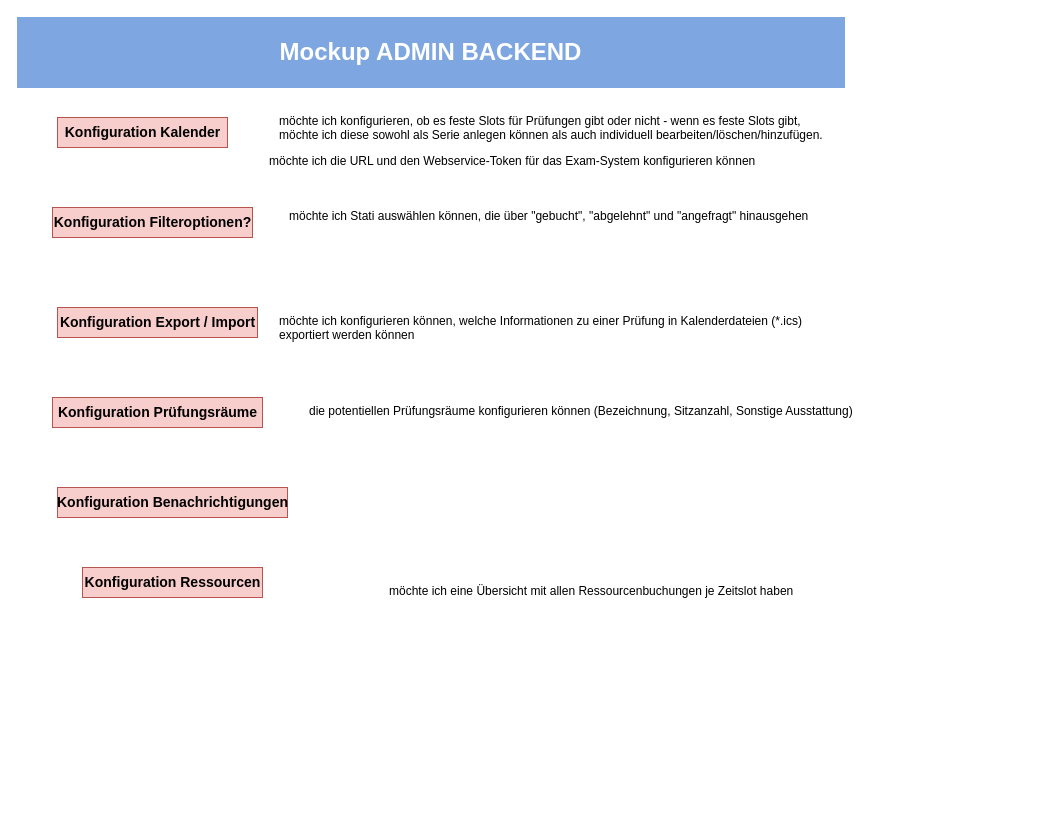
melanietreitinger/buchungstool keeps this draw.io diagram as page "Adminoberfläche" (2 of 2) of Administrator.drawio. Above is the earlier version. Source tidied: cells renumbered, new cells numbered last; positions are measured from the earlier drawing's top-left corner, leaving out a move shared by most shapes. Both pictures are drawn from the tidied source at 100%, with x=0, y=0 at pixel (17, 17).
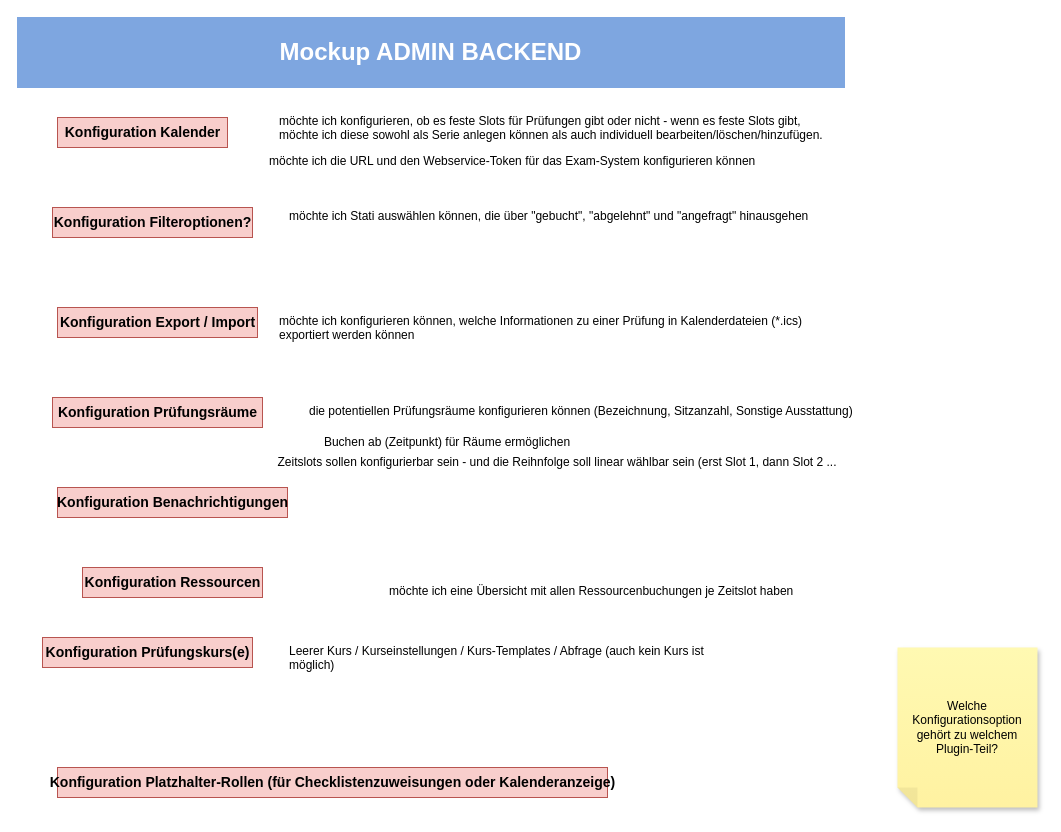
Above is the later version.

Diff of the diagram source:
```diff
@@
+    <mxCell id="15" value="Buchen ab (Zeitpunkt) für Räume ermöglichen" style="text;strokeColor=none;align=center;fillColor=none;html=1;verticalAlign=middle;whiteSpace=wrap;rounded=0;" parent="1" vertex="1">
+      <mxGeometry x="270" y="410" width="320" height="30" as="geometry" />
+    </mxCell>
+    <mxCell id="16" value="Konfiguration Prüfungskurs(e)" style="text;html=1;align=center;verticalAlign=middle;strokeColor=#b85450;fillColor=#f8cecc;fontSize=14;fontStyle=1;" parent="1" vertex="1">
+      <mxGeometry x="25" y="620" width="210" height="30" as="geometry" />
+    </mxCell>
+    <mxCell id="17" value="Leerer Kurs / Kurseinstellungen / Kurs-Templates / Abfrage (auch kein Kurs ist möglich)" style="text;whiteSpace=wrap;" parent="1" vertex="1">
+      <mxGeometry x="270" y="620" width="440" height="40" as="geometry" />
+    </mxCell>
+    <mxCell id="18" value="Zeitslots sollen konfigurierbar sein - und die Reihnfolge soll linear wählbar sein (erst Slot 1, dann Slot 2 ..." style="text;strokeColor=none;align=center;fillColor=none;html=1;verticalAlign=middle;whiteSpace=wrap;rounded=0;" parent="1" vertex="1">
+      <mxGeometry x="210" y="430" width="660" height="30" as="geometry" />
+    </mxCell>
+    <mxCell id="19" value="Konfiguration Platzhalter-Rollen (für Checklistenzuweisungen oder Kalenderanzeige)" style="text;html=1;align=center;verticalAlign=middle;strokeColor=#b85450;fillColor=#f8cecc;fontSize=14;fontStyle=1;" parent="1" vertex="1">
+      <mxGeometry x="40" y="750" width="550" height="30" as="geometry" />
+    </mxCell>
+    <mxCell id="20" value="Welche Konfigurationsoption gehört zu welchem Plugin-Teil?" style="shape=note;whiteSpace=wrap;html=1;backgroundOutline=1;fontColor=#000000;darkOpacity=0.05;fillColor=#FFF9B2;strokeColor=none;fillStyle=solid;direction=west;gradientDirection=north;gradientColor=#FFF2A1;shadow=1;size=20;" parent="1" vertex="1">
+      <mxGeometry x="880" y="630" width="140" height="160" as="geometry" />
+    </mxCell>
```
